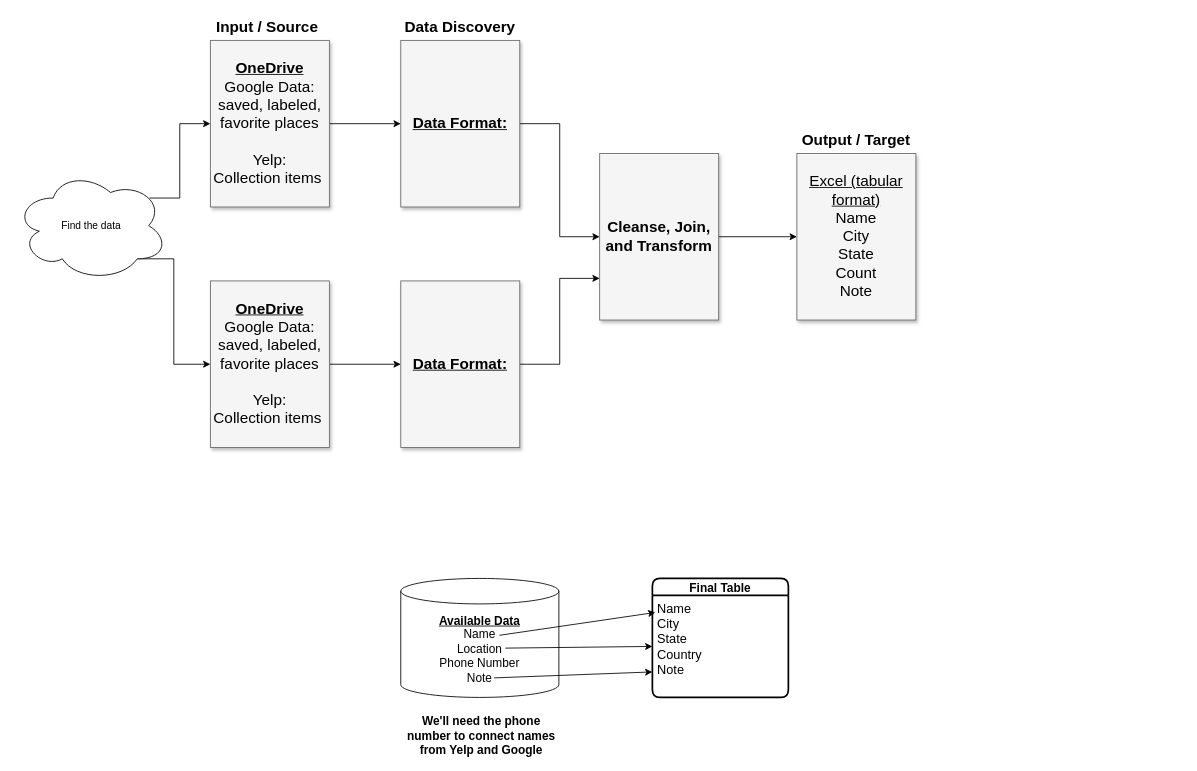
mary-vo/my-google-and-yelp-places keeps this draw.io diagram as Untitled Diagram.drawio. Above is the earlier version. Source tidied: cells renumbered, new cells numbered last; positions are measured from the earlier drawing's top-left corner, leaving out a move shared by most shapes. Both pictures are drawn from the tidied source at 85%, with x=0, y=0 at pixel (14, 14).
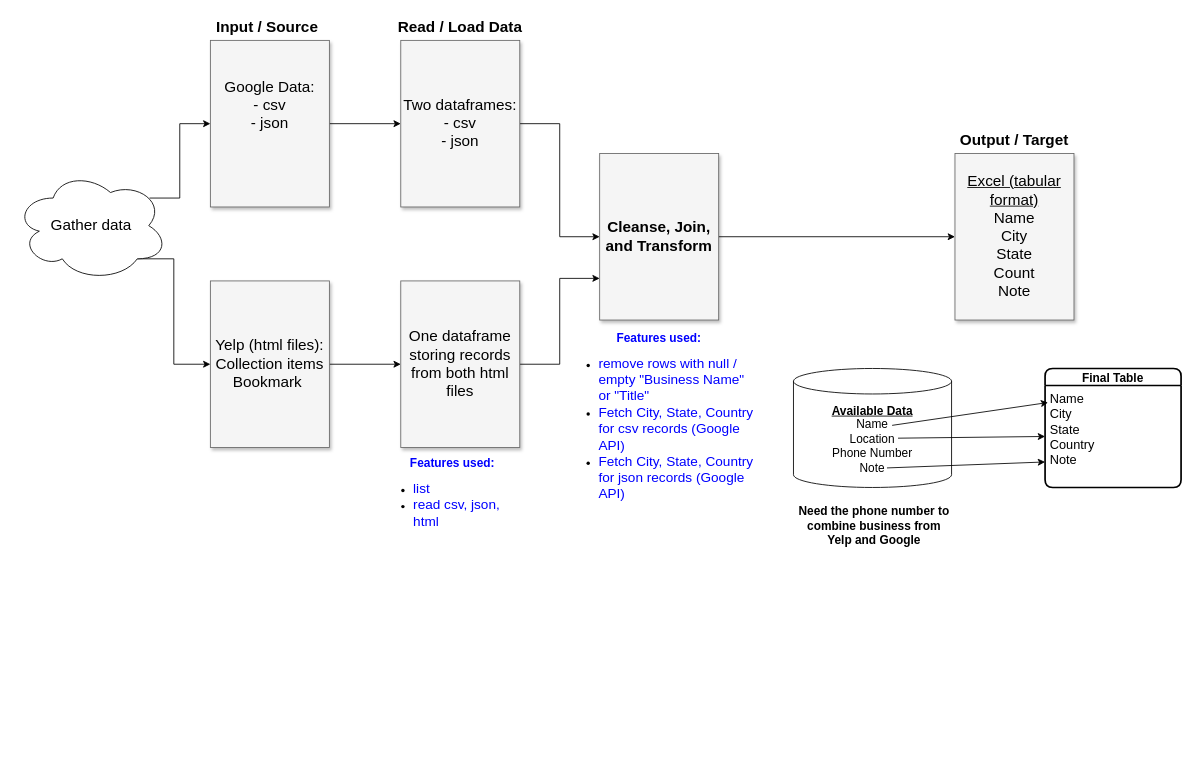
After the change.

The change refers to these unchanged cells:
```xml
<mxCell id="21" value="Name&#10;City&#10;State&#10;Country&#10;Note" style="align=left;strokeColor=none;fillColor=none;spacingLeft=4;fontSize=15;verticalAlign=top;" parent="20" vertex="1">
  <mxGeometry y="20" width="160" height="120" as="geometry" />
</mxCell>
```

Diff of the diagram source:
```diff
@@
-    <mxCell id="3" value="&lt;b&gt;&lt;u&gt;OneDrive&lt;/u&gt;&lt;/b&gt;&lt;br&gt;Google Data:&lt;br style=&quot;border-color: var(--border-color);&quot;&gt;saved, labeled, favorite places&lt;br&gt;&lt;br&gt;Yelp:&lt;br&gt;Collection items&amp;nbsp;" style="whiteSpace=wrap;html=1;shadow=1;fontSize=18;fillColor=#f5f5f5;strokeColor=#666666;" parent="1" vertex="1">
+    <mxCell id="3" value="Google Data:&lt;br style=&quot;border-color: var(--border-color);&quot;&gt;- csv&lt;br&gt;- json&lt;br&gt;&lt;br&gt;&amp;nbsp;" style="whiteSpace=wrap;html=1;shadow=1;fontSize=18;fillColor=#f5f5f5;strokeColor=#666666;" parent="1" vertex="1">
       <mxGeometry x="230" y="30" width="140" height="196" as="geometry" />
     </mxCell>
@@
-    <mxCell id="6" value="&lt;b&gt;&lt;u&gt;OneDrive&lt;/u&gt;&lt;/b&gt;&lt;br&gt;Google Data:&lt;br style=&quot;border-color: var(--border-color);&quot;&gt;saved, labeled, favorite places&lt;br&gt;&lt;br&gt;Yelp:&lt;br&gt;Collection items&amp;nbsp;" style="whiteSpace=wrap;html=1;shadow=1;fontSize=18;fillColor=#f5f5f5;strokeColor=#666666;" parent="1" vertex="1">
+    <mxCell id="6" value="Yelp (html files):&lt;br&gt;Collection items&lt;br&gt;Bookmark&amp;nbsp;" style="whiteSpace=wrap;html=1;shadow=1;fontSize=18;fillColor=#f5f5f5;strokeColor=#666666;" parent="1" vertex="1">
       <mxGeometry x="230" y="313" width="140" height="196" as="geometry" />
     </mxCell>
@@
-    <mxCell id="8" value="&lt;b&gt;&lt;u&gt;Data Format:&lt;/u&gt;&lt;/b&gt;" style="whiteSpace=wrap;html=1;shadow=1;fontSize=18;fillColor=#f5f5f5;strokeColor=#666666;" parent="1" vertex="1">
+    <mxCell id="8" value="Two dataframes:&lt;br&gt;- csv&lt;br&gt;- json" style="whiteSpace=wrap;html=1;shadow=1;fontSize=18;fillColor=#f5f5f5;strokeColor=#666666;" parent="1" vertex="1">
       <mxGeometry x="454" y="30" width="140" height="196" as="geometry" />
     </mxCell>
@@
-    <mxCell id="10" value="&lt;b&gt;&lt;u&gt;Data Format:&lt;/u&gt;&lt;/b&gt;" style="whiteSpace=wrap;html=1;shadow=1;fontSize=18;fillColor=#f5f5f5;strokeColor=#666666;" parent="1" vertex="1">
+    <mxCell id="10" value="One dataframe&lt;br&gt;storing records from both html files" style="whiteSpace=wrap;html=1;shadow=1;fontSize=18;fillColor=#f5f5f5;strokeColor=#666666;" parent="1" vertex="1">
       <mxGeometry x="454" y="313" width="140" height="196" as="geometry" />
     </mxCell>
@@
     <mxCell id="13" value="&lt;span style=&quot;text-decoration-line: underline;&quot;&gt;Excel (tabular format)&lt;/span&gt;&lt;br&gt;Name&lt;br&gt;City&lt;br&gt;State&lt;br&gt;Count&lt;br&gt;Note" style="whiteSpace=wrap;html=1;shadow=1;fontSize=18;fillColor=#f5f5f5;strokeColor=#666666;" parent="1" vertex="1">
-      <mxGeometry x="920" y="163" width="140" height="196" as="geometry" />
+      <mxGeometry x="1106" y="163" width="140" height="196" as="geometry" />
     </mxCell>
@@
-    <mxCell id="16" value="Find the data" style="ellipse;shape=cloud;whiteSpace=wrap;html=1;" parent="1" vertex="1">
+    <mxCell id="16" value="&lt;font style=&quot;font-size: 18px;&quot;&gt;Gather data&lt;/font&gt;" style="ellipse;shape=cloud;whiteSpace=wrap;html=1;" parent="1" vertex="1">
       <mxGeometry y="183" width="180" height="130" as="geometry" />
     </mxCell>
-    <mxCell id="17" value="&lt;b&gt;Data Discovery&lt;/b&gt;" style="text;strokeColor=none;align=center;fillColor=none;html=1;verticalAlign=middle;whiteSpace=wrap;rounded=0;fontSize=18;" parent="1" vertex="1">
+    <mxCell id="17" value="&lt;b&gt;Read / Load Data&lt;/b&gt;" style="text;strokeColor=none;align=center;fillColor=none;html=1;verticalAlign=middle;whiteSpace=wrap;rounded=0;fontSize=18;" parent="1" vertex="1">
       <mxGeometry x="446" width="156" height="30" as="geometry" />
     </mxCell>
     <mxCell id="18" value="&lt;b&gt;Output / Target&lt;/b&gt;" style="text;strokeColor=none;align=center;fillColor=none;html=1;verticalAlign=middle;whiteSpace=wrap;rounded=0;fontSize=18;" parent="1" vertex="1">
-      <mxGeometry x="912" y="133" width="156" height="30" as="geometry" />
+      <mxGeometry x="1098" y="133" width="156" height="30" as="geometry" />
     </mxCell>
     <mxCell id="19" value="&lt;font style=&quot;font-size: 14px;&quot;&gt;&lt;b&gt;&lt;u&gt;Available Data&lt;/u&gt;&lt;/b&gt;&lt;br&gt;Name&lt;br&gt;Location&lt;br&gt;Phone Number&lt;br&gt;Note&lt;br&gt;&lt;/font&gt;" style="shape=cylinder3;whiteSpace=wrap;html=1;boundedLbl=1;backgroundOutline=1;size=15;" parent="1" vertex="1">
-      <mxGeometry x="454" y="663" width="186" height="140" as="geometry" />
+      <mxGeometry x="916" y="416" width="186" height="140" as="geometry" />
     </mxCell>
     <mxCell id="20" value="Final Table" style="swimlane;horizontal=1;startSize=20;rounded=1;fontSize=14;fontStyle=1;strokeWidth=2;shadow=0;dashed=0;align=center;" parent="1" vertex="1">
-      <mxGeometry x="750" y="663" width="160" height="140" as="geometry" />
+      <mxGeometry x="1212" y="416" width="160" height="140" as="geometry" />
     </mxCell>
@@
     <mxCell id="22" style="endArrow=classic;html=1;rounded=0;fontSize=14;entryX=0;entryY=0.5;entryDx=0;entryDy=0;" parent="1" edge="1" target="21">
       <mxGeometry relative="1" as="geometry">
-        <mxPoint x="577" y="745" as="sourcePoint" />
+        <mxPoint x="1039" y="498" as="sourcePoint" />
       </mxGeometry>
     </mxCell>
@@
     <mxCell id="24" style="endArrow=classic;html=1;rounded=0;fontSize=14;entryX=0;entryY=0.75;entryDx=0;entryDy=0;" parent="1" edge="1" target="21">
       <mxGeometry relative="1" as="geometry">
-        <mxPoint x="564" y="780" as="sourcePoint" />
+        <mxPoint x="1026" y="533" as="sourcePoint" />
       </mxGeometry>
     </mxCell>
-    <mxCell id="25" value="We'll need the phone number to connect names from Yelp and Google" style="text;strokeColor=none;align=center;fillColor=none;html=1;verticalAlign=middle;whiteSpace=wrap;rounded=0;fontSize=14;fontStyle=1;" parent="1" vertex="1">
-      <mxGeometry x="454" y="833" width="190" height="30" as="geometry" />
+    <mxCell id="25" value="Need the phone number to combine business from Yelp and Google" style="text;strokeColor=none;align=center;fillColor=none;html=1;verticalAlign=middle;whiteSpace=wrap;rounded=0;fontSize=14;fontStyle=1;" parent="1" vertex="1">
+      <mxGeometry x="916" y="586" width="190" height="30" as="geometry" />
     </mxCell>
+    <mxCell id="26" value="&lt;font color=&quot;#0000ff&quot; style=&quot;font-size: 14px;&quot;&gt;&lt;b&gt;Features used:&lt;/b&gt;&lt;br&gt;&lt;/font&gt;&lt;ul&gt;&lt;li style=&quot;text-align: left;&quot;&gt;&lt;font size=&quot;3&quot; color=&quot;#0000ff&quot;&gt;remove rows with null / empty &quot;Business Name&quot; or &quot;Title&quot;&amp;nbsp;&lt;/font&gt;&lt;/li&gt;&lt;li style=&quot;text-align: left;&quot;&gt;&lt;font size=&quot;3&quot; color=&quot;#0000ff&quot;&gt;Fetch City, State, Country for csv records (Google API)&lt;/font&gt;&lt;/li&gt;&lt;li style=&quot;border-color: var(--border-color); text-align: left;&quot;&gt;&lt;font style=&quot;border-color: var(--border-color);&quot; size=&quot;3&quot; color=&quot;#0000ff&quot;&gt;Fetch City, State, Country for json records (Google API)&lt;/font&gt;&lt;/li&gt;&lt;/ul&gt;" style="text;strokeColor=none;align=center;fillColor=none;html=1;verticalAlign=middle;whiteSpace=wrap;rounded=0;" parent="1" vertex="1">
+      <mxGeometry x="646" y="463" width="224" height="30" as="geometry" />
+    </mxCell>
+    <mxCell id="27" value="&lt;font color=&quot;#0000ff&quot; style=&quot;font-size: 14px;&quot;&gt;&lt;b&gt;Features used:&lt;/b&gt;&lt;br&gt;&lt;/font&gt;&lt;ul&gt;&lt;li style=&quot;text-align: left;&quot;&gt;&lt;font color=&quot;#0000ff&quot; size=&quot;3&quot;&gt;list&lt;/font&gt;&lt;/li&gt;&lt;li style=&quot;text-align: left;&quot;&gt;&lt;font color=&quot;#0000ff&quot; size=&quot;3&quot;&gt;read csv, json, html&lt;/font&gt;&lt;/li&gt;&lt;/ul&gt;" style="text;strokeColor=none;align=center;fillColor=none;html=1;verticalAlign=middle;whiteSpace=wrap;rounded=0;" parent="1" vertex="1">
+      <mxGeometry x="428" y="553" width="174" height="30" as="geometry" />
+    </mxCell>
```
